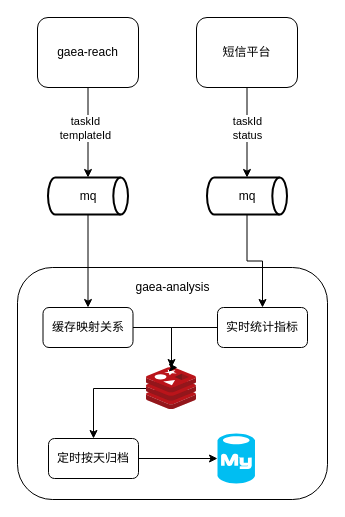
This is drawio/Untitled Diagram.drawio from zhao520a1a/zhao520a1a.github.io, a draw.io file, before an edit. Source tidied: cells renumbered, new cells numbered last; positions are measured from the earlier drawing's top-left corner, leaving out a move shared by most shapes. Both pictures are drawn from the tidied source at 100%, with x=0, y=0 at pixel (17, 17).
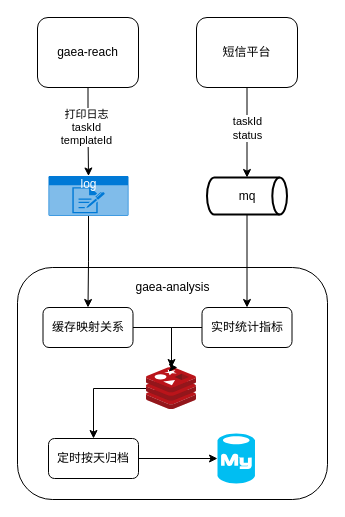
The same diagram, later.

Unchanged cells that the change refers to:
```xml
<mxCell id="12" value="gaea-reach" style="rounded=1;whiteSpace=wrap;html=1;" parent="1" vertex="1">
  <mxGeometry x="20" width="101" height="70" as="geometry" />
</mxCell>
<mxCell id="17" value="缓存映射关系" style="rounded=1;whiteSpace=wrap;html=1;" parent="1" vertex="1">
  <mxGeometry x="25.5" y="290" width="90" height="40" as="geometry" />
</mxCell>
```

What changed in the source:
```diff
@@
-    <mxCell id="3" style="edgeStyle=orthogonalEdgeStyle;rounded=0;jettySize=auto;html=1;" parent="1" edge="1" source="4" target="17">
+    <mxCell id="3" style="edgeStyle=orthogonalEdgeStyle;rounded=0;jettySize=auto;html=1;exitX=0.5;exitY=1;exitDx=0;exitDy=0;exitPerimeter=0;" parent="1" edge="1" source="23" target="17">
       <mxGeometry relative="1" as="geometry" />
     </mxCell>
-    <mxCell id="4" value="mq" style="strokeWidth=2;html=1;shape=mxgraph.flowchart.direct_data;whiteSpace=wrap;" parent="1" vertex="1">
-      <mxGeometry x="30.5" y="160" width="80" height="37" as="geometry" />
-    </mxCell>
@@
-    <mxCell id="10" style="edgeStyle=orthogonalEdgeStyle;rounded=0;jettySize=auto;html=1;" parent="1" edge="1" source="12" target="4">
+    <mxCell id="10" style="edgeStyle=orthogonalEdgeStyle;rounded=0;jettySize=auto;html=1;" parent="1" edge="1" source="12" target="23">
       <mxGeometry relative="1" as="geometry" />
     </mxCell>
-    <mxCell id="11" value="taskId&lt;br&gt;templateId" style="edgeLabel;html=1;align=center;verticalAlign=middle;" parent="10" vertex="1">
+    <mxCell id="11" value="打印日志&lt;br&gt;taskId&lt;br&gt;templateId" style="edgeLabel;html=1;align=center;verticalAlign=middle;" parent="10" vertex="1">
       <mxGeometry x="0.12" y="-3" relative="1" as="geometry">
         <mxPoint y="-10" as="offset" />
       </mxGeometry>
     </mxCell>
@@
     <mxCell id="19" value="实时统计指标" style="rounded=1;whiteSpace=wrap;html=1;" parent="1" vertex="1">
-      <mxGeometry x="200" y="290" width="90" height="40" as="geometry" />
+      <mxGeometry x="184.5" y="290" width="90" height="40" as="geometry" />
     </mxCell>
@@
+    <mxCell id="23" value="log" style="html=1;strokeColor=none;fillColor=#0079D6;labelPosition=center;verticalLabelPosition=middle;verticalAlign=top;align=center;fontSize=12;outlineConnect=0;spacingTop=-6;fontColor=#FFFFFF;sketch=0;shape=mxgraph.sitemap.log;" parent="1" vertex="1">
+      <mxGeometry x="31" y="158.5" width="80" height="40" as="geometry" />
+    </mxCell>
```
